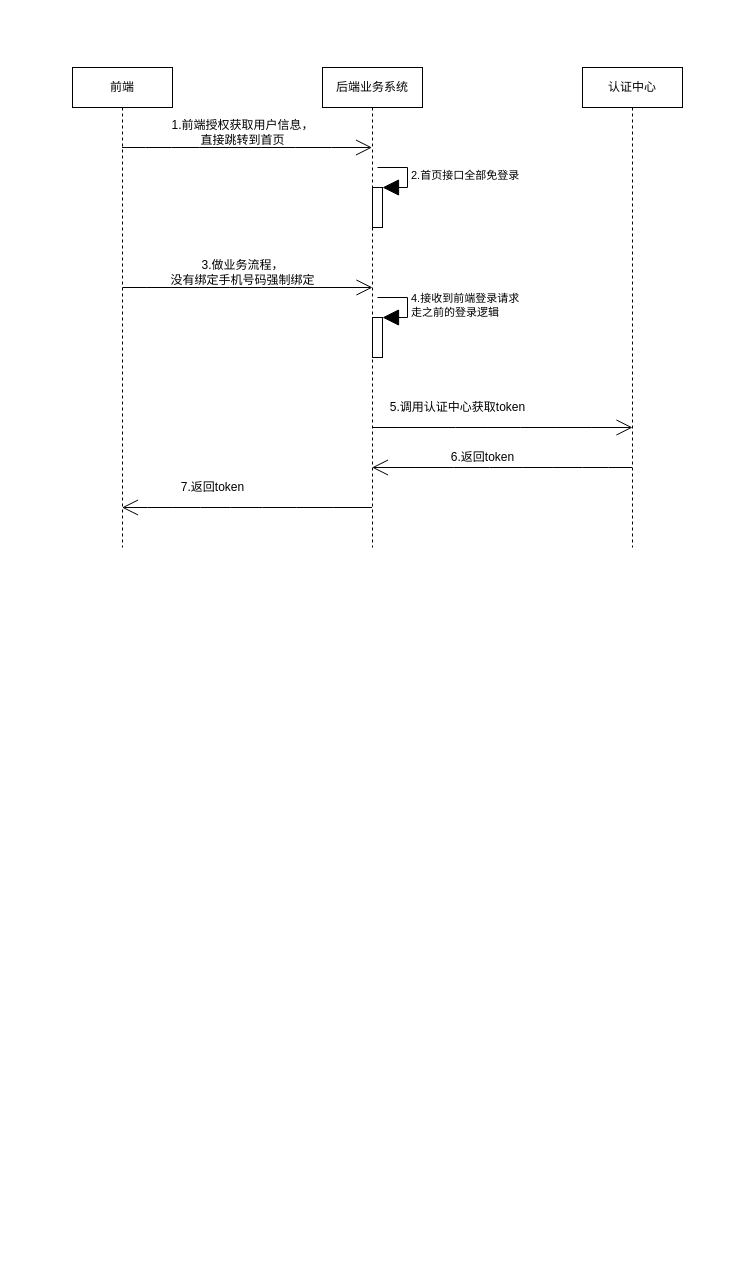
The draw.io diagram 患者公众号登录.drawio in sunshuwei520/weishao, before the edit. Source tidied: cells renumbered, new cells numbered last; positions are measured from the earlier drawing's top-left corner, leaving out a move shared by most shapes. Both pictures are drawn from the tidied source at 100%, with x=0, y=0 at pixel (72, 67).
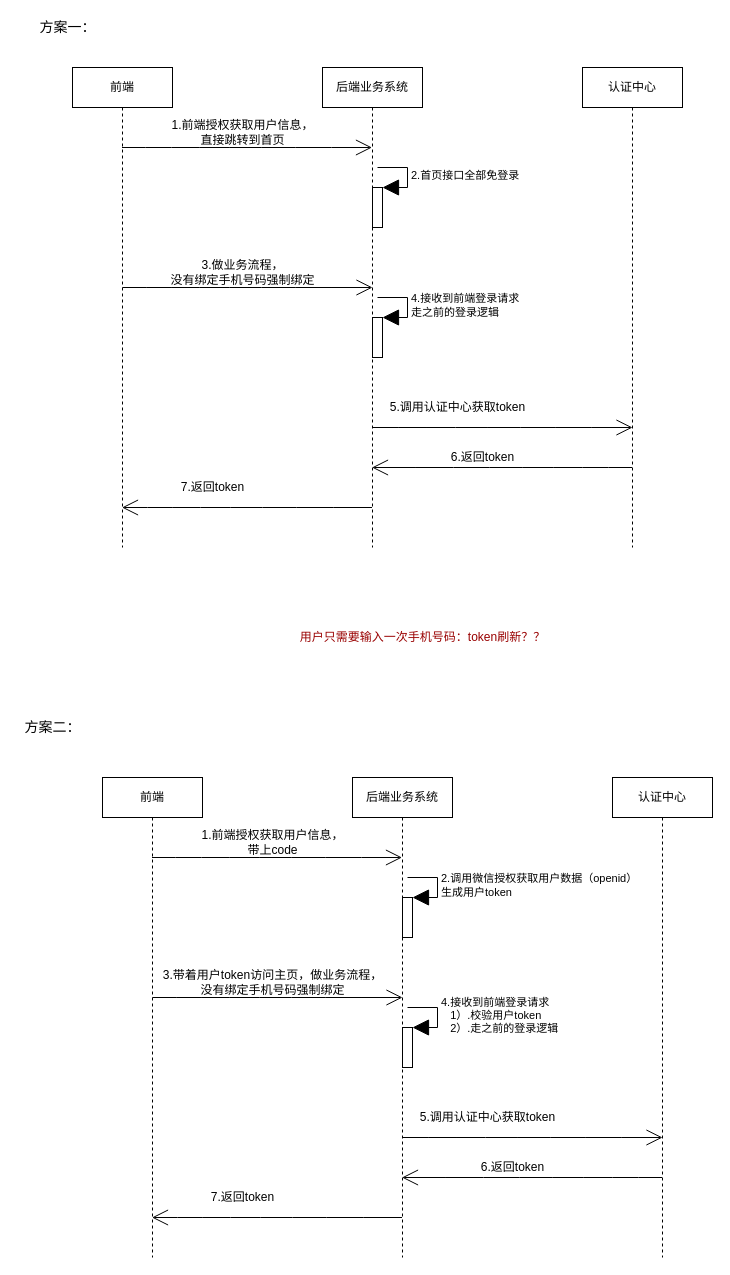
After the change.

Commit message:
Update 患者公众号登录.drawio

Diff of the diagram source:
```diff
@@
+    <mxCell id="19" style="edgeStyle=none;curved=1;rounded=0;jettySize=auto;html=1;endArrow=open;startSize=14;endSize=14;sourcePerimeterSpacing=8;targetPerimeterSpacing=8;" parent="1" edge="1" source="20" target="22">
+      <mxGeometry relative="1" as="geometry">
+        <Array as="points">
+          <mxPoint x="170" y="790" />
+        </Array>
+      </mxGeometry>
+    </mxCell>
+    <mxCell id="20" value="前端" style="shape=umlLifeline;perimeter=lifelinePerimeter;whiteSpace=wrap;html=1;outlineConnect=0;hachureGap=4;" parent="1" vertex="1">
+      <mxGeometry x="30" y="710" width="100" height="480" as="geometry" />
+    </mxCell>
+    <mxCell id="21" style="edgeStyle=none;curved=1;rounded=0;jettySize=auto;html=1;endArrow=open;startSize=14;endSize=14;sourcePerimeterSpacing=8;targetPerimeterSpacing=8;" parent="1" edge="1" source="22" target="20">
+      <mxGeometry relative="1" as="geometry">
+        <Array as="points">
+          <mxPoint x="170" y="1150" />
+        </Array>
+      </mxGeometry>
+    </mxCell>
+    <mxCell id="22" value="后端业务系统" style="shape=umlLifeline;perimeter=lifelinePerimeter;whiteSpace=wrap;html=1;outlineConnect=0;hachureGap=4;" parent="1" vertex="1">
+      <mxGeometry x="280" y="710" width="100" height="480" as="geometry" />
+    </mxCell>
+    <mxCell id="23" style="html=1;points=[];perimeter=orthogonalPerimeter;hachureGap=4;" parent="22" vertex="1">
+      <mxGeometry x="50" y="120" width="10" height="40" as="geometry" />
+    </mxCell>
+    <mxCell id="24" value="2.调用微信授权获取用户数据（openid）&lt;br&gt;生成用户token" style="edgeStyle=orthogonalEdgeStyle;html=1;align=left;spacingLeft=2;endArrow=block;rounded=0;entryX=1;entryY=0;startSize=14;endSize=14;sourcePerimeterSpacing=8;targetPerimeterSpacing=8;" parent="22" edge="1" target="23">
+      <mxGeometry relative="1" as="geometry">
+        <mxPoint x="55" y="100" as="sourcePoint" />
+        <Array as="points">
+          <mxPoint x="85" y="100" />
+        </Array>
+      </mxGeometry>
+    </mxCell>
+    <mxCell id="25" style="html=1;points=[];perimeter=orthogonalPerimeter;hachureGap=4;" parent="22" vertex="1">
+      <mxGeometry x="50" y="250" width="10" height="40" as="geometry" />
+    </mxCell>
+    <mxCell id="26" value="4.接收到前端登录请求&lt;br&gt;&amp;nbsp; &amp;nbsp;1）.校验用户token&lt;br&gt;&amp;nbsp; &amp;nbsp;2）.走之前的登录逻辑" style="edgeStyle=orthogonalEdgeStyle;html=1;align=left;spacingLeft=2;endArrow=block;rounded=0;entryX=1;entryY=0;startSize=14;endSize=14;sourcePerimeterSpacing=8;targetPerimeterSpacing=8;" parent="22" edge="1" target="25">
+      <mxGeometry relative="1" as="geometry">
+        <mxPoint x="55" y="230" as="sourcePoint" />
+        <Array as="points">
+          <mxPoint x="85" y="230" />
+        </Array>
+      </mxGeometry>
+    </mxCell>
+    <mxCell id="27" style="edgeStyle=none;curved=1;rounded=0;jettySize=auto;html=1;endArrow=open;startSize=14;endSize=14;sourcePerimeterSpacing=8;targetPerimeterSpacing=8;" parent="1" edge="1" source="28" target="22">
+      <mxGeometry relative="1" as="geometry">
+        <Array as="points">
+          <mxPoint x="500" y="1110" />
+        </Array>
+      </mxGeometry>
+    </mxCell>
+    <mxCell id="28" value="认证中心" style="shape=umlLifeline;perimeter=lifelinePerimeter;whiteSpace=wrap;html=1;outlineConnect=0;hachureGap=4;" parent="1" vertex="1">
+      <mxGeometry x="540" y="710" width="100" height="480" as="geometry" />
+    </mxCell>
+    <mxCell id="29" value="1.前端授权获取用户信息，&lt;br&gt;带上code" style="text;html=1;align=center;verticalAlign=middle;strokeColor=none;fillColor=none;" parent="1" vertex="1">
+      <mxGeometry x="120" y="760" width="160" height="30" as="geometry" />
+    </mxCell>
+    <mxCell id="30" style="edgeStyle=none;curved=1;rounded=0;orthogonalLoop=1;jettySize=auto;html=1;endArrow=open;startSize=14;endSize=14;sourcePerimeterSpacing=8;targetPerimeterSpacing=8;" parent="1" edge="1">
+      <mxGeometry relative="1" as="geometry">
+        <mxPoint x="80" y="930" as="sourcePoint" />
+        <mxPoint x="330" y="930" as="targetPoint" />
+        <Array as="points">
+          <mxPoint x="170.5" y="930" />
+        </Array>
+      </mxGeometry>
+    </mxCell>
+    <mxCell id="31" value="3.带着用户token访问主页，做业务流程，&lt;br&gt;没有绑定手机号码强制绑定" style="text;html=1;align=center;verticalAlign=middle;strokeColor=none;fillColor=none;" parent="1" vertex="1">
+      <mxGeometry x="80" y="900" width="240" height="30" as="geometry" />
+    </mxCell>
+    <mxCell id="32" style="edgeStyle=none;curved=1;rounded=0;jettySize=auto;html=1;endArrow=open;startSize=14;endSize=14;sourcePerimeterSpacing=8;targetPerimeterSpacing=8;" parent="1" edge="1" source="22">
+      <mxGeometry relative="1" as="geometry">
+        <mxPoint x="590" y="1070" as="targetPoint" />
+        <Array as="points">
+          <mxPoint x="430.5" y="1070" />
+        </Array>
+      </mxGeometry>
+    </mxCell>
+    <mxCell id="33" value="5.调用认证中心获取token" style="text;html=1;align=center;verticalAlign=middle;strokeColor=none;fillColor=none;" parent="1" vertex="1">
+      <mxGeometry x="340" y="1040" width="150" height="20" as="geometry" />
+    </mxCell>
+    <mxCell id="34" value="6.返回token" style="text;html=1;align=center;verticalAlign=middle;strokeColor=none;fillColor=none;" parent="1" vertex="1">
+      <mxGeometry x="400" y="1090" width="80" height="20" as="geometry" />
+    </mxCell>
+    <mxCell id="35" value="7.返回token" style="text;html=1;align=center;verticalAlign=middle;strokeColor=none;fillColor=none;" parent="1" vertex="1">
+      <mxGeometry x="130" y="1120" width="80" height="20" as="geometry" />
+    </mxCell>
+    <mxCell id="36" value="&lt;font style=&quot;font-size: 14px&quot;&gt;方案一：&lt;/font&gt;" style="text;html=1;align=center;verticalAlign=middle;strokeColor=none;fillColor=none;" parent="1" vertex="1">
+      <mxGeometry x="-40" y="-50" width="70" height="20" as="geometry" />
+    </mxCell>
+    <mxCell id="37" value="&lt;font style=&quot;font-size: 14px&quot;&gt;方案二：&lt;/font&gt;" style="text;html=1;align=center;verticalAlign=middle;strokeColor=none;fillColor=none;" parent="1" vertex="1">
+      <mxGeometry x="-55" y="650" width="70" height="20" as="geometry" />
+    </mxCell>
+    <mxCell id="38" value="&lt;font color=&quot;#990000&quot;&gt;用户只需要输入一次手机号码：token刷新？？&lt;/font&gt;" style="text;html=1;align=center;verticalAlign=middle;strokeColor=none;fillColor=none;" parent="1" vertex="1">
+      <mxGeometry x="220" y="560" width="260" height="20" as="geometry" />
+    </mxCell>
```
